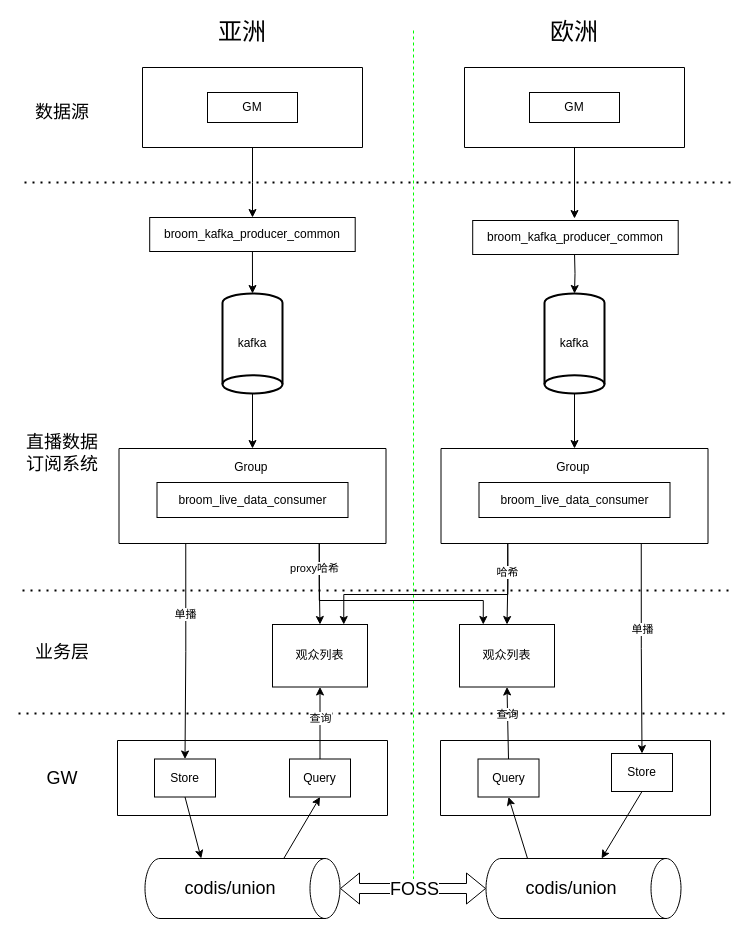
Earlier version of the draw.io diagram Untitled Diagram.drawio (lawlient/DrawIO). Source tidied: cells renumbered, new cells numbered last; positions are measured from the earlier drawing's top-left corner, leaving out a move shared by most shapes. Both pictures are drawn from the tidied source at 100%, with x=0, y=0 at pixel (18, 17).
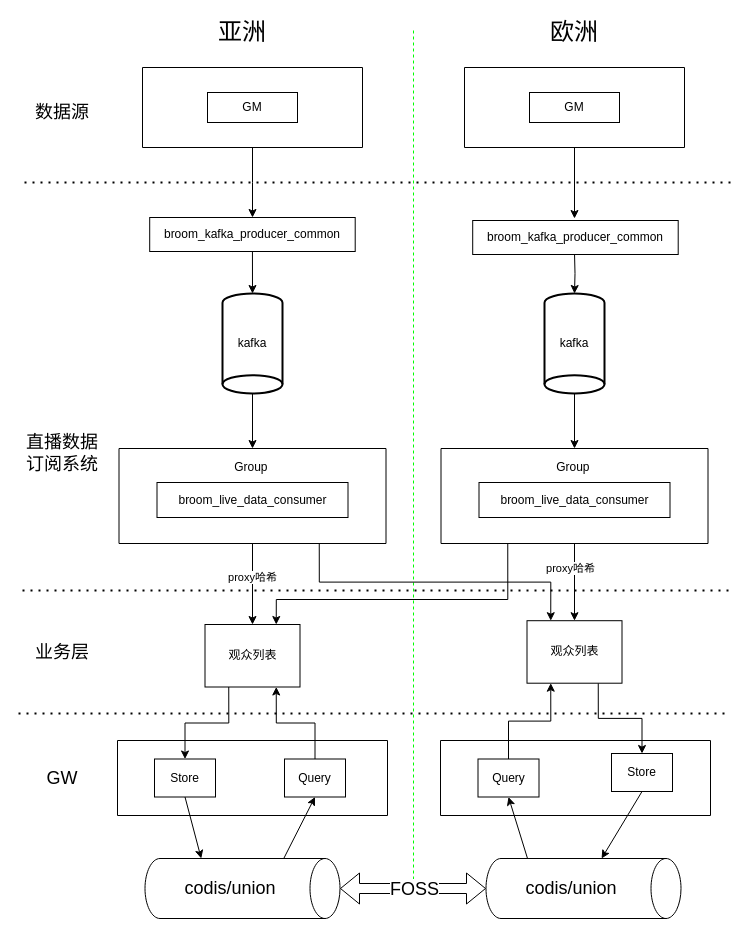
The same diagram, later.

Commit message:
观众数据架构图II.drawio

The change refers to these unchanged cells:
```xml
<mxCell id="25" style="swimlane;startSize=0;" parent="1" vertex="1">
  <mxGeometry x="99" y="723" width="270" height="75" as="geometry" />
</mxCell>
<mxCell id="27" value="Store" style="rounded=0;whiteSpace=wrap;html=1;" parent="25" vertex="1">
  <mxGeometry x="37" y="18.5" width="61" height="38" as="geometry" />
</mxCell>
<mxCell id="30" value="Query" style="rounded=0;whiteSpace=wrap;html=1;" parent="29" vertex="1">
  <mxGeometry x="37.5" y="18.5" width="61" height="38" as="geometry" />
</mxCell>
<mxCell id="31" value="Store" style="rounded=0;whiteSpace=wrap;html=1;" parent="29" vertex="1">
  <mxGeometry x="171" y="13" width="61" height="38" as="geometry" />
</mxCell>
<mxCell id="50" style="swimlane;startSize=0;" parent="1" vertex="1">
  <mxGeometry x="100.5" y="431" width="267" height="95" as="geometry" />
</mxCell>
<mxCell id="58" style="swimlane;startSize=0;" parent="1" vertex="1">
  <mxGeometry x="422.5" y="431" width="267" height="95" as="geometry" />
</mxCell>
```

What changed in the source:
```diff
@@
     <mxCell id="26" value="Query" style="rounded=0;whiteSpace=wrap;html=1;" parent="25" vertex="1">
-      <mxGeometry x="172" y="18.5" width="61" height="38" as="geometry" />
+      <mxGeometry x="167" y="18.5" width="61" height="38" as="geometry" />
     </mxCell>
@@
-    <mxCell id="33" style="edgeStyle=none;rounded=0;jettySize=auto;html=1;entryX=0.5;entryY=1;entryDx=0;entryDy=0;fontSize=18;startArrow=none;startFill=0;strokeColor=#000000;exitX=0.5;exitY=0;exitDx=0;exitDy=0;" parent="1" edge="1" source="30" target="38">
-      <mxGeometry relative="1" as="geometry" />
-    </mxCell>
-    <mxCell id="34" value="查询" style="edgeLabel;html=1;align=center;verticalAlign=middle;" parent="33" vertex="1">
-      <mxGeometry x="-0.65" y="3" relative="1" as="geometry">
-        <mxPoint x="2" y="-32" as="offset" />
-      </mxGeometry>
-    </mxCell>
@@
+    <mxCell id="62" style="edgeStyle=orthogonalEdgeStyle;rounded=0;jettySize=auto;html=1;exitX=0.75;exitY=1;exitDx=0;exitDy=0;entryX=0.5;entryY=0;entryDx=0;entryDy=0;" parent="1" edge="1" source="38" target="31">
+      <mxGeometry relative="1" as="geometry" />
+    </mxCell>
     <mxCell id="38" value="观众列表" style="rounded=0;whiteSpace=wrap;html=1;" parent="1" vertex="1">
-      <mxGeometry x="441" y="607" width="95" height="62.5" as="geometry" />
+      <mxGeometry x="508.5" y="603.2" width="95" height="62.5" as="geometry" />
     </mxCell>
-    <mxCell id="39" style="edgeStyle=none;rounded=0;jettySize=auto;html=1;exitX=0.5;exitY=0;exitDx=0;exitDy=0;entryX=0.5;entryY=1;entryDx=0;entryDy=0;fontSize=18;startArrow=none;startFill=0;strokeColor=#000000;" parent="1" edge="1" source="26" target="41">
-      <mxGeometry relative="1" as="geometry" />
-    </mxCell>
-    <mxCell id="40" value="查询" style="edgeLabel;html=1;align=center;verticalAlign=middle;" parent="39" vertex="1">
-      <mxGeometry x="-0.35" y="-2" relative="1" as="geometry">
-        <mxPoint x="-2" y="-18" as="offset" />
-      </mxGeometry>
-    </mxCell>
+    <mxCell id="63" style="edgeStyle=orthogonalEdgeStyle;rounded=0;jettySize=auto;html=1;exitX=0.25;exitY=1;exitDx=0;exitDy=0;entryX=0.5;entryY=0;entryDx=0;entryDy=0;" parent="1" edge="1" source="41" target="27">
+      <mxGeometry relative="1" as="geometry" />
+    </mxCell>
     <mxCell id="41" value="观众列表" style="rounded=0;whiteSpace=wrap;html=1;" parent="1" vertex="1">
-      <mxGeometry x="254" y="607" width="95" height="62.5" as="geometry" />
+      <mxGeometry x="186.5" y="607" width="95" height="62.5" as="geometry" />
     </mxCell>
@@
-    <mxCell id="45" style="edgeStyle=orthogonalEdgeStyle;rounded=0;jettySize=auto;html=1;exitX=0.25;exitY=1;exitDx=0;exitDy=0;" parent="1" edge="1" source="50" target="27">
-      <mxGeometry relative="1" as="geometry" />
-    </mxCell>
-    <mxCell id="46" value="单播" style="edgeLabel;html=1;align=center;verticalAlign=middle;" parent="45" vertex="1">
-      <mxGeometry x="-0.35" y="-1" relative="1" as="geometry" />
-    </mxCell>
-    <mxCell id="47" style="edgeStyle=orthogonalEdgeStyle;rounded=0;jettySize=auto;html=1;exitX=0.75;exitY=1;exitDx=0;exitDy=0;" parent="1" edge="1" source="50" target="41">
+    <mxCell id="47" style="edgeStyle=orthogonalEdgeStyle;rounded=0;jettySize=auto;html=1;exitX=0.5;exitY=1;exitDx=0;exitDy=0;" parent="1" edge="1" source="50" target="41">
       <mxGeometry relative="1" as="geometry" />
     </mxCell>
     <mxCell id="48" style="edgeStyle=orthogonalEdgeStyle;rounded=0;jettySize=auto;html=1;exitX=0.75;exitY=1;exitDx=0;exitDy=0;entryX=0.25;entryY=0;entryDx=0;entryDy=0;" parent="1" edge="1" source="50" target="38">
-      <mxGeometry relative="1" as="geometry">
-        <Array as="points">
-          <mxPoint x="301" y="583" />
-          <mxPoint x="465" y="583" />
-        </Array>
-      </mxGeometry>
+      <mxGeometry relative="1" as="geometry" />
     </mxCell>
-    <mxCell id="49" value="proxy哈希" style="edgeLabel;html=1;align=center;verticalAlign=middle;" parent="48" vertex="1">
-      <mxGeometry x="-0.46" relative="1" as="geometry">
-        <mxPoint x="-14" y="-33" as="offset" />
-      </mxGeometry>
-    </mxCell>
@@
-    <mxCell id="53" style="edgeStyle=orthogonalEdgeStyle;rounded=0;jettySize=auto;html=1;exitX=0.25;exitY=1;exitDx=0;exitDy=0;entryX=0.5;entryY=0;entryDx=0;entryDy=0;" parent="1" edge="1" source="58" target="38">
+    <mxCell id="53" style="edgeStyle=orthogonalEdgeStyle;rounded=0;jettySize=auto;html=1;exitX=0.5;exitY=1;exitDx=0;exitDy=0;entryX=0.5;entryY=0;entryDx=0;entryDy=0;" parent="1" edge="1" source="58" target="38">
       <mxGeometry relative="1" as="geometry" />
     </mxCell>
     <mxCell id="54" style="edgeStyle=orthogonalEdgeStyle;rounded=0;jettySize=auto;html=1;exitX=0.25;exitY=1;exitDx=0;exitDy=0;entryX=0.75;entryY=0;entryDx=0;entryDy=0;" parent="1" edge="1" source="58" target="41">
       <mxGeometry relative="1" as="geometry">
         <Array as="points">
-          <mxPoint x="489" y="577" />
-          <mxPoint x="325" y="577" />
+          <mxPoint x="489" y="582" />
+          <mxPoint x="258" y="582" />
         </Array>
       </mxGeometry>
     </mxCell>
-    <mxCell id="55" value="哈希" style="edgeLabel;html=1;align=center;verticalAlign=middle;" parent="54" vertex="1">
-      <mxGeometry x="-0.43" y="1" relative="1" as="geometry">
-        <mxPoint x="18" y="-24" as="offset" />
-      </mxGeometry>
-    </mxCell>
-    <mxCell id="56" style="edgeStyle=orthogonalEdgeStyle;rounded=0;jettySize=auto;html=1;exitX=0.75;exitY=1;exitDx=0;exitDy=0;entryX=0.5;entryY=0;entryDx=0;entryDy=0;" parent="1" edge="1" source="58" target="31">
-      <mxGeometry relative="1" as="geometry" />
-    </mxCell>
-    <mxCell id="57" value="单播" style="edgeLabel;html=1;align=center;verticalAlign=middle;" parent="56" vertex="1">
-      <mxGeometry x="-0.4" relative="1" as="geometry">
-        <mxPoint x="1" y="23" as="offset" />
-      </mxGeometry>
-    </mxCell>
@@
+    <mxCell id="64" value="proxy哈希" style="edgeLabel;html=1;align=center;verticalAlign=middle;" parent="1" vertex="1">
+      <mxGeometry x="295" y="568" as="geometry">
+        <mxPoint x="-62" y="-9" as="offset" />
+      </mxGeometry>
+    </mxCell>
+    <mxCell id="65" value="proxy哈希" style="edgeLabel;html=1;align=center;verticalAlign=middle;" parent="1" vertex="1">
+      <mxGeometry x="613" y="559" as="geometry">
+        <mxPoint x="-62" y="-9" as="offset" />
+      </mxGeometry>
+    </mxCell>
+    <mxCell id="39" style="edgeStyle=orthogonalEdgeStyle;rounded=0;jettySize=auto;html=1;exitX=0.5;exitY=0;exitDx=0;exitDy=0;entryX=0.75;entryY=1;entryDx=0;entryDy=0;" parent="1" edge="1" source="26" target="41">
+      <mxGeometry relative="1" as="geometry" />
+    </mxCell>
+    <mxCell id="33" style="edgeStyle=orthogonalEdgeStyle;rounded=0;jettySize=auto;html=1;exitX=0.5;exitY=0;exitDx=0;exitDy=0;entryX=0.25;entryY=1;entryDx=0;entryDy=0;" parent="1" edge="1" source="30" target="38">
+      <mxGeometry relative="1" as="geometry" />
+    </mxCell>
```
